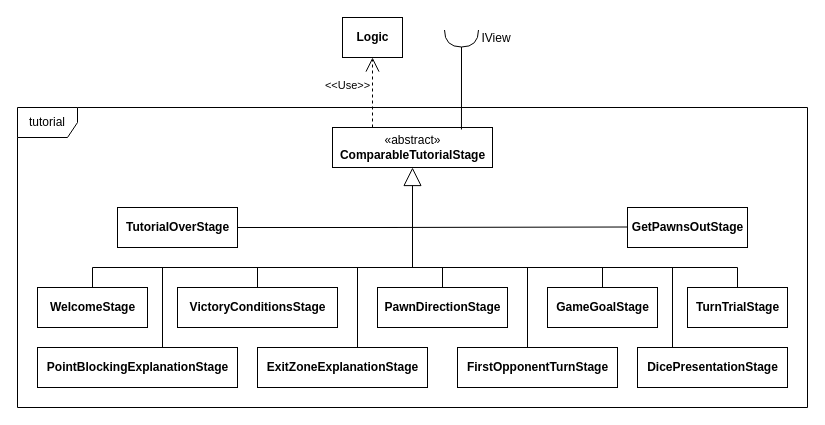
Before: Tutorial.drawio in GiacomoVolini/JMahbusa, a draw.io diagram. Source tidied: cells renumbered, new cells numbered last; positions are measured from the earlier drawing's top-left corner, leaving out a move shared by most shapes. Both pictures are drawn from the tidied source at 100%, with x=0, y=0 at pixel (17, 17).
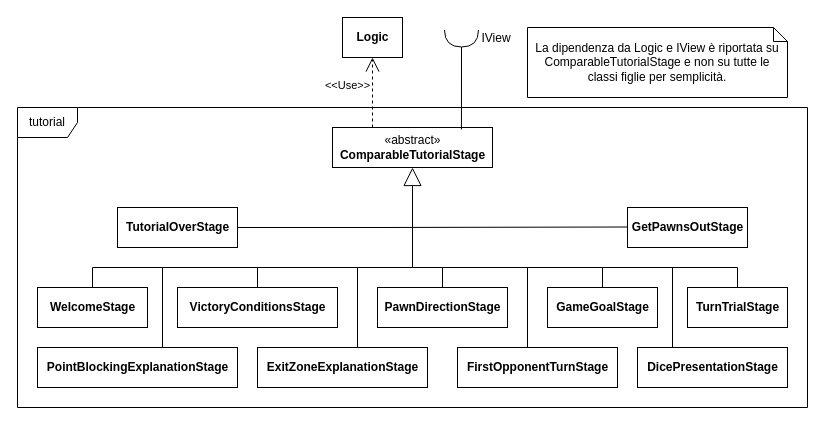
After the change.

What changed in the source:
```diff
@@
+    <mxCell id="34" value="La dipendenza da Logic e IView è riportata su ComparableTutorialStage e non su tutte le classi figlie per semplicità." style="shape=note;size=14;whiteSpace=wrap;html=1;" parent="1" vertex="1">
+      <mxGeometry x="510" y="10" width="260" height="70" as="geometry" />
+    </mxCell>
```
